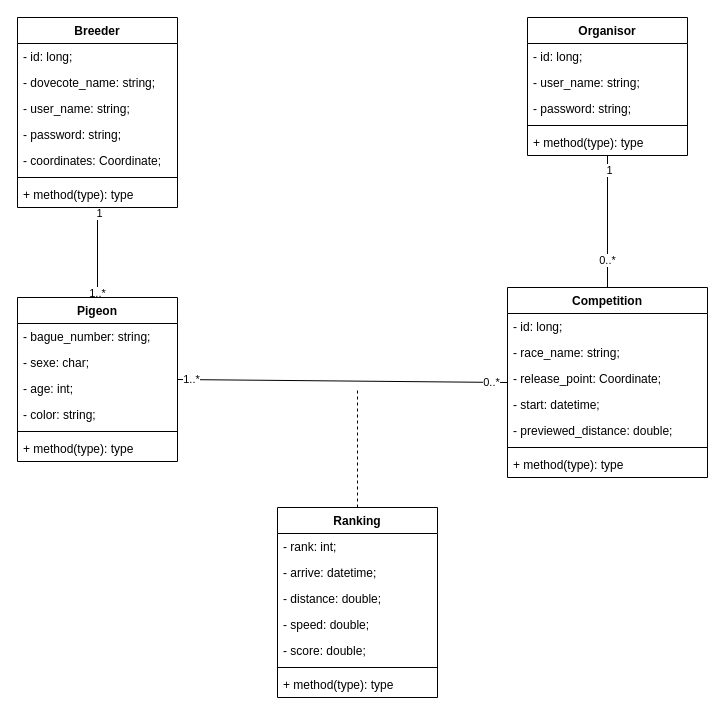
Above: PigeonSkyRaceUML.drawio in rabiilfarakh/PigeonsVoyageurs (draw.io), before the change. Source tidied: cells renumbered, new cells numbered last; positions are measured from the earlier drawing's top-left corner, leaving out a move shared by most shapes. Both pictures are drawn from the tidied source at 100%, with x=0, y=0 at pixel (17, 17).
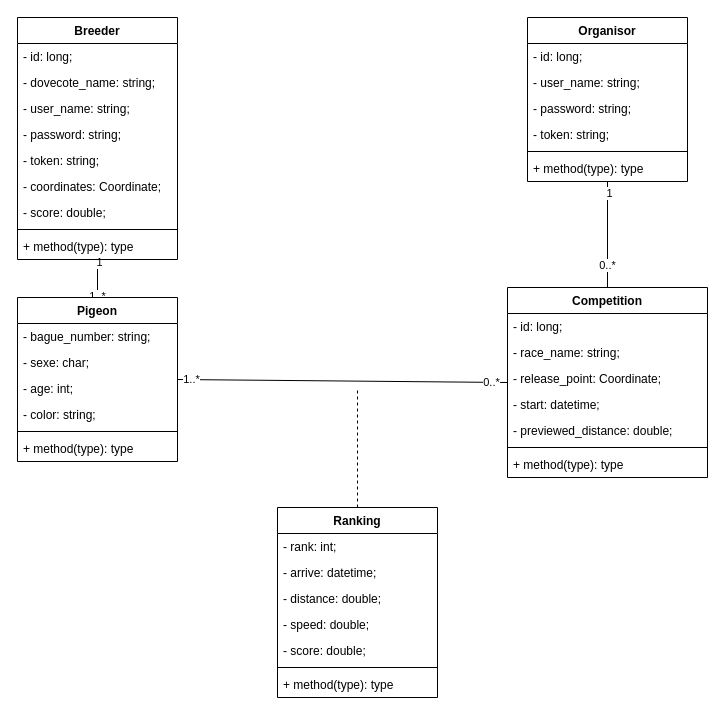
Above is the later version.

Change to the diagram source:
```diff
@@
     <mxCell id="5" value="Breeder" style="swimlane;fontStyle=1;align=center;verticalAlign=top;horizontal=1;startSize=26;whiteSpace=wrap;html=1;" parent="1" vertex="1">
-      <mxGeometry width="160" height="190" as="geometry" />
+      <mxGeometry width="160" height="242" as="geometry" />
     </mxCell>
@@
+    <mxCell id="49" value="- token: string;" style="text;strokeColor=none;fillColor=none;align=left;verticalAlign=top;spacingLeft=4;spacingRight=4;overflow=hidden;whiteSpace=wrap;html=1;" parent="5" vertex="1">
+      <mxGeometry y="130" width="160" height="26" as="geometry" />
+    </mxCell>
     <mxCell id="10" value="- coordinates: Coordinate;" style="text;strokeColor=none;fillColor=none;align=left;verticalAlign=top;spacingLeft=4;spacingRight=4;overflow=hidden;whiteSpace=wrap;html=1;" parent="5" vertex="1">
-      <mxGeometry y="130" width="160" height="26" as="geometry" />
+      <mxGeometry y="156" width="160" height="26" as="geometry" />
     </mxCell>
+    <mxCell id="50" value="- score: double;" style="text;strokeColor=none;fillColor=none;align=left;verticalAlign=top;spacingLeft=4;spacingRight=4;overflow=hidden;whiteSpace=wrap;html=1;" parent="5" vertex="1">
+      <mxGeometry y="182" width="160" height="26" as="geometry" />
+    </mxCell>
     <mxCell id="11" style="line;strokeWidth=1;fillColor=none;align=left;verticalAlign=middle;spacingTop=-1;spacingLeft=3;spacingRight=3;labelPosition=right;strokeColor=inherit;" parent="5" vertex="1">
-      <mxGeometry y="156" width="160" height="8" as="geometry" />
+      <mxGeometry y="208" width="160" height="8" as="geometry" />
     </mxCell>
     <mxCell id="12" value="+ method(type): type" style="text;strokeColor=none;fillColor=none;align=left;verticalAlign=top;spacingLeft=4;spacingRight=4;overflow=hidden;whiteSpace=wrap;html=1;" parent="5" vertex="1">
-      <mxGeometry y="164" width="160" height="26" as="geometry" />
+      <mxGeometry y="216" width="160" height="26" as="geometry" />
     </mxCell>
@@
     <mxCell id="43" value="Organisor" style="swimlane;fontStyle=1;align=center;verticalAlign=top;horizontal=1;startSize=26;whiteSpace=wrap;html=1;" parent="1" vertex="1">
-      <mxGeometry x="510" width="160" height="138" as="geometry" />
+      <mxGeometry x="510" width="160" height="164" as="geometry" />
     </mxCell>
@@
+    <mxCell id="51" value="- token: string;" style="text;strokeColor=none;fillColor=none;align=left;verticalAlign=top;spacingLeft=4;spacingRight=4;overflow=hidden;whiteSpace=wrap;html=1;" parent="43" vertex="1">
+      <mxGeometry y="104" width="160" height="26" as="geometry" />
+    </mxCell>
     <mxCell id="47" style="line;strokeWidth=1;fillColor=none;align=left;verticalAlign=middle;spacingTop=-1;spacingLeft=3;spacingRight=3;labelPosition=right;strokeColor=inherit;" parent="43" vertex="1">
-      <mxGeometry y="104" width="160" height="8" as="geometry" />
+      <mxGeometry y="130" width="160" height="8" as="geometry" />
     </mxCell>
     <mxCell id="48" value="+ method(type): type" style="text;strokeColor=none;fillColor=none;align=left;verticalAlign=top;spacingLeft=4;spacingRight=4;overflow=hidden;whiteSpace=wrap;html=1;" parent="43" vertex="1">
-      <mxGeometry y="112" width="160" height="26" as="geometry" />
+      <mxGeometry y="138" width="160" height="26" as="geometry" />
     </mxCell>
```
